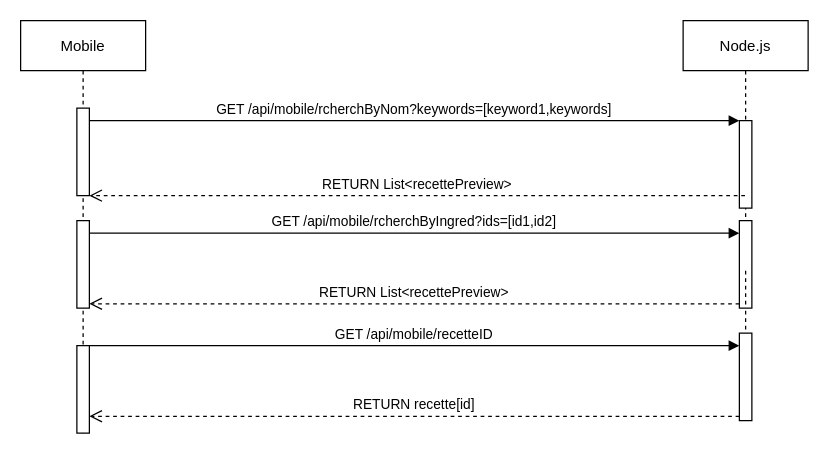
The draw.io diagram RecettesRequettes.drawio in insa-4242/PLD-SMART-Back, before the edit. Source tidied: cells renumbered, new cells numbered last; positions are measured from the earlier drawing's top-left corner, leaving out a move shared by most shapes. Both pictures are drawn from the tidied source at 125%, with x=0, y=0 at pixel (20, 20).
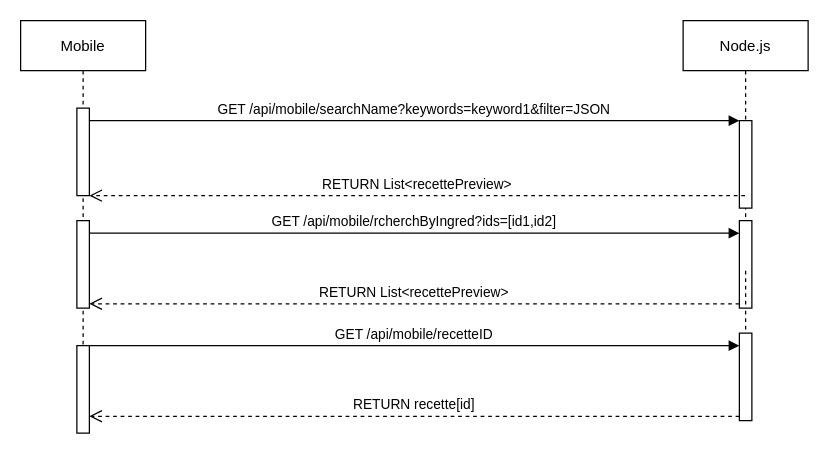
The same diagram, later.

Unchanged cells that the change refers to:
```xml
<mxCell id="3" style="points=[];perimeter=orthogonalPerimeter;rounded=0;shadow=0;strokeWidth=1;" parent="2" vertex="1">
  <mxGeometry x="45" y="70" width="10" height="70" as="geometry" />
</mxCell>
<mxCell id="7" style="points=[];perimeter=orthogonalPerimeter;rounded=0;shadow=0;strokeWidth=1;" parent="6" vertex="1">
  <mxGeometry x="45" y="80" width="10" height="70" as="geometry" />
</mxCell>
```

Change to the diagram source:
```diff
@@
-    <mxCell id="9" value="GET /api/mobile/rcherchByNom?keywords=[keyword1,keywords]" style="verticalAlign=bottom;endArrow=block;entryX=0;entryY=0;shadow=0;strokeWidth=1;" parent="1" edge="1" source="3" target="7">
+    <mxCell id="9" value="GET /api/mobile/searchName?keywords=keyword1&amp;filter=JSON" style="verticalAlign=bottom;endArrow=block;entryX=0;entryY=0;shadow=0;strokeWidth=1;" parent="1" edge="1" source="3" target="7">
       <mxGeometry relative="1" as="geometry" />
     </mxCell>
```
